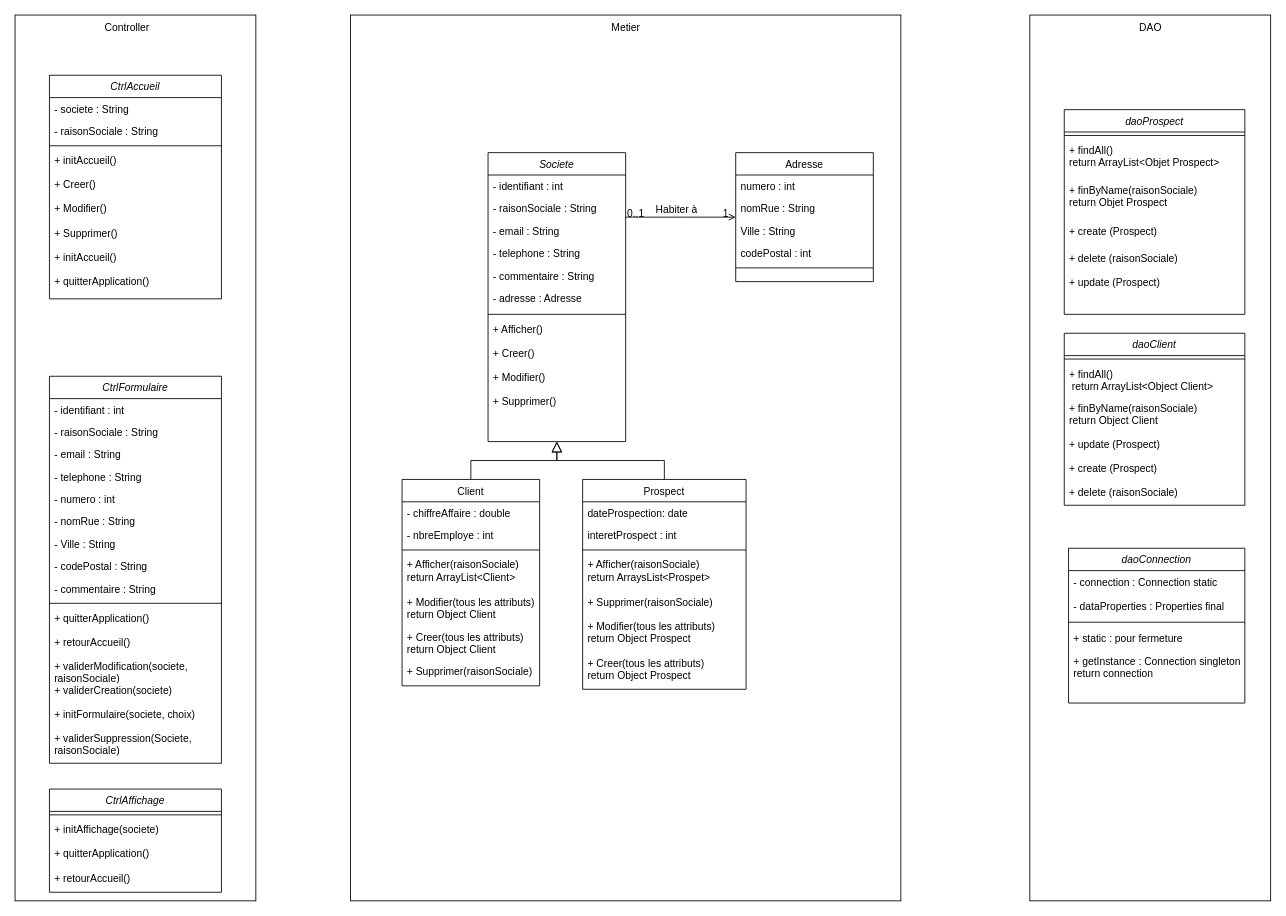
MichelLafontaine/ECF_POO keeps this draw.io diagram as Conception/Diagramme de classe.drawio. Above is the earlier version. Source tidied: cells renumbered, new cells numbered last; positions are measured from the earlier drawing's top-left corner, leaving out a move shared by most shapes. Both pictures are drawn from the tidied source at 86%, with x=0, y=0 at pixel (15, 15).
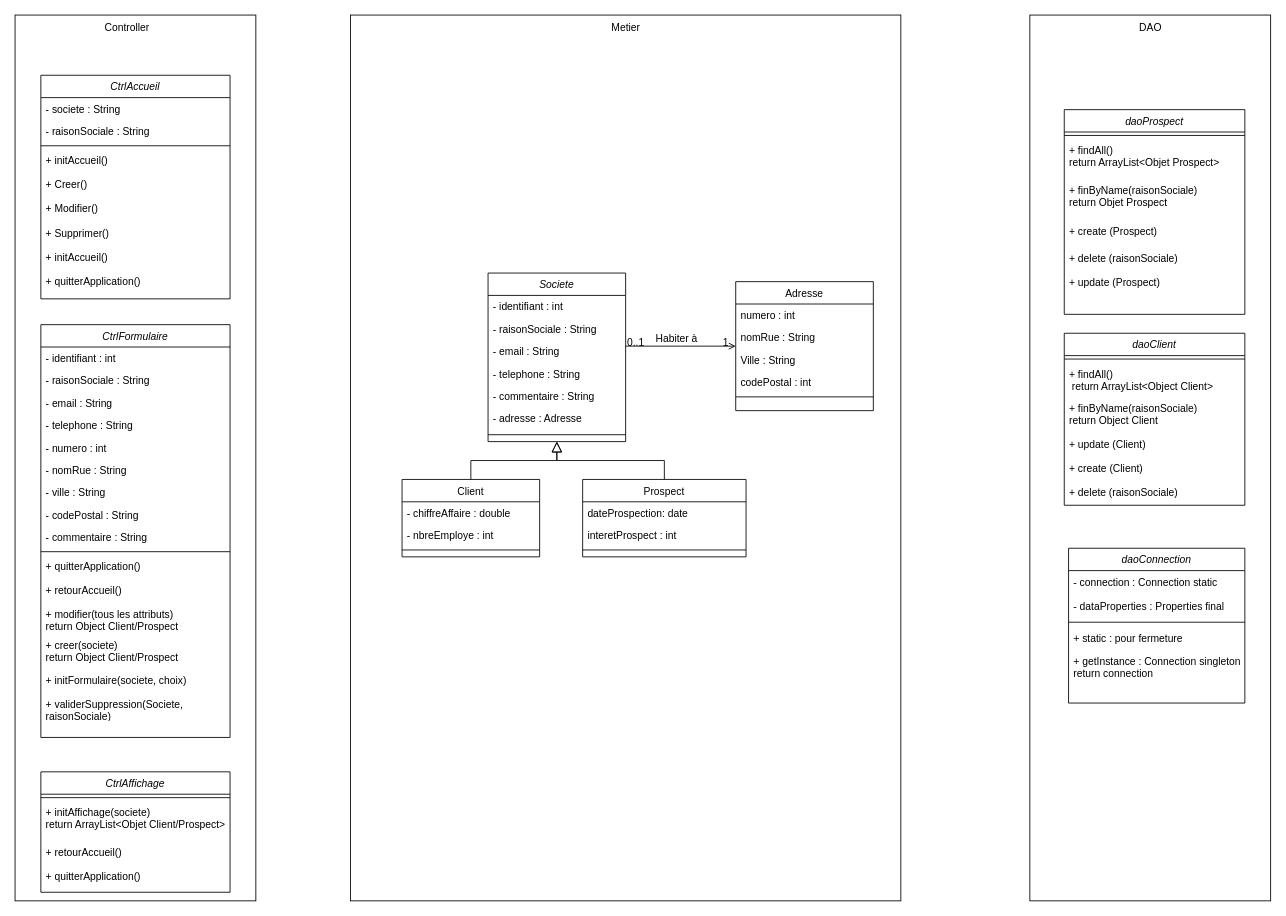
The same page after the edit.

Commit message:
modification diagramme de classe

Unchanged cells that the change refers to:
```xml
<mxCell id="84" value="daoClient" style="swimlane;fontStyle=2;align=center;verticalAlign=top;horizontal=1;startSize=26;rounded=0;shadow=0;strokeWidth=1;" parent="1" vertex="1">
  <mxGeometry x="1220" y="370" width="210" height="200" as="geometry" />
</mxCell>
```

What changed in the source:
```diff
@@
     <mxCell id="5" value="Societe" style="swimlane;fontStyle=2;align=center;verticalAlign=top;horizontal=1;startSize=26;rounded=0;shadow=0;strokeWidth=1;" parent="1" vertex="1">
-      <mxGeometry x="550" y="160" width="160" height="336" as="geometry" />
+      <mxGeometry x="550" y="300" width="160" height="196" as="geometry" />
     </mxCell>
@@
-    <mxCell id="13" value="+ Afficher()" style="text;align=left;verticalAlign=top;spacingLeft=4;spacingRight=4;overflow=hidden;" parent="5" vertex="1">
-      <mxGeometry y="192" width="160" height="28" as="geometry" />
-    </mxCell>
-    <mxCell id="14" value="+ Creer() " style="text;align=left;verticalAlign=top;spacingLeft=4;spacingRight=4;overflow=hidden;" parent="5" vertex="1">
-      <mxGeometry y="220" width="160" height="28" as="geometry" />
-    </mxCell>
-    <mxCell id="15" value="+ Modifier() " style="text;align=left;verticalAlign=top;spacingLeft=4;spacingRight=4;overflow=hidden;" parent="5" vertex="1">
-      <mxGeometry y="248" width="160" height="28" as="geometry" />
-    </mxCell>
-    <mxCell id="16" value="+ Supprimer()" style="text;align=left;verticalAlign=top;spacingLeft=4;spacingRight=4;overflow=hidden;" parent="5" vertex="1">
-      <mxGeometry y="276" width="160" height="28" as="geometry" />
-    </mxCell>
     <mxCell id="17" value="Client" style="swimlane;fontStyle=0;align=center;verticalAlign=top;horizontal=1;startSize=26;rounded=0;shadow=0;strokeWidth=1;" parent="1" vertex="1">
-      <mxGeometry x="450" y="540" width="160" height="240" as="geometry" />
+      <mxGeometry x="450" y="540" width="160" height="90" as="geometry" />
     </mxCell>
@@
-    <mxCell id="21" value="+ Afficher(raisonSociale)&#10;return ArrayList&lt;Client&gt;" style="text;align=left;verticalAlign=top;spacingLeft=4;spacingRight=4;overflow=hidden;" parent="17" vertex="1">
-      <mxGeometry y="86" width="160" height="44" as="geometry" />
-    </mxCell>
-    <mxCell id="22" value="+ Modifier(tous les attributs)&#10;return Object Client" style="text;align=left;verticalAlign=top;spacingLeft=4;spacingRight=4;overflow=hidden;" parent="17" vertex="1">
-      <mxGeometry y="130" width="160" height="40" as="geometry" />
-    </mxCell>
-    <mxCell id="23" value="+ Creer(tous les attributs)&#10;return Object Client" style="text;align=left;verticalAlign=top;spacingLeft=4;spacingRight=4;overflow=hidden;" parent="17" vertex="1">
-      <mxGeometry y="170" width="160" height="40" as="geometry" />
-    </mxCell>
-    <mxCell id="24" value="+ Supprimer(raisonSociale)" style="text;align=left;verticalAlign=top;spacingLeft=4;spacingRight=4;overflow=hidden;" parent="17" vertex="1">
-      <mxGeometry y="210" width="160" height="28" as="geometry" />
-    </mxCell>
@@
     <mxCell id="26" value="Prospect" style="swimlane;fontStyle=0;align=center;verticalAlign=top;horizontal=1;startSize=26;rounded=0;shadow=0;strokeWidth=1;" parent="1" vertex="1">
-      <mxGeometry x="660" y="540" width="190" height="244" as="geometry" />
+      <mxGeometry x="660" y="540" width="190" height="90" as="geometry" />
     </mxCell>
@@
-    <mxCell id="30" value="+ Afficher(raisonSociale)&#10;return ArraysList&lt;Prospet&gt;" style="text;align=left;verticalAlign=top;spacingLeft=4;spacingRight=4;overflow=hidden;" parent="26" vertex="1">
-      <mxGeometry y="86" width="190" height="44" as="geometry" />
-    </mxCell>
-    <mxCell id="31" value="+ Supprimer(raisonSociale)" style="text;align=left;verticalAlign=top;spacingLeft=4;spacingRight=4;overflow=hidden;" parent="26" vertex="1">
-      <mxGeometry y="130" width="190" height="28" as="geometry" />
-    </mxCell>
-    <mxCell id="32" value="+ Modifier(tous les attributs)&#10;return Object Prospect" style="text;align=left;verticalAlign=top;spacingLeft=4;spacingRight=4;overflow=hidden;" parent="26" vertex="1">
-      <mxGeometry y="158" width="190" height="42" as="geometry" />
-    </mxCell>
-    <mxCell id="33" value="+ Creer(tous les attributs) &#10;return Object Prospect" style="text;align=left;verticalAlign=top;spacingLeft=4;spacingRight=4;overflow=hidden;" parent="26" vertex="1">
-      <mxGeometry y="200" width="190" height="44" as="geometry" />
-    </mxCell>
@@
     <mxCell id="35" value="Adresse" style="swimlane;fontStyle=0;align=center;verticalAlign=top;horizontal=1;startSize=26;rounded=0;shadow=0;strokeWidth=1;" parent="1" vertex="1">
-      <mxGeometry x="838" y="160" width="160" height="150" as="geometry" />
+      <mxGeometry x="838" y="310" width="160" height="150" as="geometry" />
     </mxCell>
@@
     <mxCell id="45" value="CtrlAccueil" style="swimlane;fontStyle=2;align=center;verticalAlign=top;horizontal=1;startSize=26;rounded=0;shadow=0;strokeWidth=1;" parent="1" vertex="1">
-      <mxGeometry x="40" y="70" width="200" height="260" as="geometry" />
+      <mxGeometry x="30" y="70" width="220" height="260" as="geometry" />
     </mxCell>
     <mxCell id="46" value="- societe : String" style="text;align=left;verticalAlign=top;spacingLeft=4;spacingRight=4;overflow=hidden;" parent="45" vertex="1">
-      <mxGeometry y="26" width="200" height="26" as="geometry" />
+      <mxGeometry y="26" width="220" height="26" as="geometry" />
     </mxCell>
     <mxCell id="47" value="- raisonSociale : String" style="text;align=left;verticalAlign=top;spacingLeft=4;spacingRight=4;overflow=hidden;rounded=0;shadow=0;html=0;" parent="45" vertex="1">
-      <mxGeometry y="52" width="200" height="26" as="geometry" />
+      <mxGeometry y="52" width="220" height="26" as="geometry" />
     </mxCell>
     <mxCell id="48" style="line;html=1;strokeWidth=1;align=left;verticalAlign=middle;spacingTop=-1;spacingLeft=3;spacingRight=3;labelPosition=right;" parent="45" vertex="1">
-      <mxGeometry y="78" width="200" height="8" as="geometry" />
+      <mxGeometry y="78" width="220" height="8" as="geometry" />
     </mxCell>
     <mxCell id="49" value="+ initAccueil()" style="text;align=left;verticalAlign=top;spacingLeft=4;spacingRight=4;overflow=hidden;" parent="45" vertex="1">
-      <mxGeometry y="86" width="200" height="28" as="geometry" />
+      <mxGeometry y="86" width="220" height="28" as="geometry" />
     </mxCell>
     <mxCell id="50" value="+ Creer()" style="text;align=left;verticalAlign=top;spacingLeft=4;spacingRight=4;overflow=hidden;" parent="45" vertex="1">
-      <mxGeometry y="114" width="200" height="28" as="geometry" />
+      <mxGeometry y="114" width="220" height="28" as="geometry" />
     </mxCell>
     <mxCell id="51" value="+ Modifier()" style="text;align=left;verticalAlign=top;spacingLeft=4;spacingRight=4;overflow=hidden;" parent="45" vertex="1">
-      <mxGeometry y="142" width="200" height="28" as="geometry" />
+      <mxGeometry y="142" width="220" height="28" as="geometry" />
     </mxCell>
     <mxCell id="52" value="+ Supprimer()" style="text;align=left;verticalAlign=top;spacingLeft=4;spacingRight=4;overflow=hidden;" parent="45" vertex="1">
-      <mxGeometry y="170" width="200" height="28" as="geometry" />
+      <mxGeometry y="170" width="220" height="28" as="geometry" />
     </mxCell>
     <mxCell id="53" value="+ initAccueil()" style="text;align=left;verticalAlign=top;spacingLeft=4;spacingRight=4;overflow=hidden;" parent="45" vertex="1">
-      <mxGeometry y="198" width="200" height="28" as="geometry" />
+      <mxGeometry y="198" width="220" height="28" as="geometry" />
     </mxCell>
     <mxCell id="54" value="+ quitterApplication()" style="text;align=left;verticalAlign=top;spacingLeft=4;spacingRight=4;overflow=hidden;" parent="45" vertex="1">
-      <mxGeometry y="226" width="200" height="28" as="geometry" />
+      <mxGeometry y="226" width="220" height="28" as="geometry" />
     </mxCell>
     <mxCell id="55" value="CtrlFormulaire" style="swimlane;fontStyle=2;align=center;verticalAlign=top;horizontal=1;startSize=26;rounded=0;shadow=0;strokeWidth=1;" parent="1" vertex="1">
-      <mxGeometry x="40" y="420" width="200" height="450" as="geometry" />
+      <mxGeometry x="30" y="360" width="220" height="480" as="geometry" />
     </mxCell>
     <mxCell id="56" value="- identifiant : int" style="text;align=left;verticalAlign=top;spacingLeft=4;spacingRight=4;overflow=hidden;" parent="55" vertex="1">
-      <mxGeometry y="26" width="200" height="26" as="geometry" />
+      <mxGeometry y="26" width="220" height="26" as="geometry" />
     </mxCell>
     <mxCell id="57" value="- raisonSociale : String" style="text;align=left;verticalAlign=top;spacingLeft=4;spacingRight=4;overflow=hidden;rounded=0;shadow=0;html=0;" parent="55" vertex="1">
-      <mxGeometry y="52" width="200" height="26" as="geometry" />
+      <mxGeometry y="52" width="220" height="26" as="geometry" />
     </mxCell>
     <mxCell id="58" value="- email : String" style="text;align=left;verticalAlign=top;spacingLeft=4;spacingRight=4;overflow=hidden;rounded=0;shadow=0;html=0;" parent="55" vertex="1">
-      <mxGeometry y="78" width="200" height="26" as="geometry" />
+      <mxGeometry y="78" width="220" height="26" as="geometry" />
     </mxCell>
     <mxCell id="59" value="- telephone : String" style="text;align=left;verticalAlign=top;spacingLeft=4;spacingRight=4;overflow=hidden;rounded=0;shadow=0;html=0;" parent="55" vertex="1">
-      <mxGeometry y="104" width="200" height="26" as="geometry" />
+      <mxGeometry y="104" width="220" height="26" as="geometry" />
     </mxCell>
     <mxCell id="60" value="- numero : int" style="text;align=left;verticalAlign=top;spacingLeft=4;spacingRight=4;overflow=hidden;" parent="55" vertex="1">
-      <mxGeometry y="130" width="200" height="26" as="geometry" />
+      <mxGeometry y="130" width="220" height="26" as="geometry" />
     </mxCell>
     <mxCell id="61" value="- nomRue : String" style="text;align=left;verticalAlign=top;spacingLeft=4;spacingRight=4;overflow=hidden;rounded=0;shadow=0;html=0;" parent="55" vertex="1">
-      <mxGeometry y="156" width="200" height="26" as="geometry" />
+      <mxGeometry y="156" width="220" height="26" as="geometry" />
     </mxCell>
-    <mxCell id="62" value="- Ville : String" style="text;align=left;verticalAlign=top;spacingLeft=4;spacingRight=4;overflow=hidden;rounded=0;shadow=0;html=0;" parent="55" vertex="1">
-      <mxGeometry y="182" width="200" height="26" as="geometry" />
+    <mxCell id="62" value="- ville : String" style="text;align=left;verticalAlign=top;spacingLeft=4;spacingRight=4;overflow=hidden;rounded=0;shadow=0;html=0;" parent="55" vertex="1">
+      <mxGeometry y="182" width="220" height="26" as="geometry" />
     </mxCell>
     <mxCell id="63" value="- codePostal : String" style="text;align=left;verticalAlign=top;spacingLeft=4;spacingRight=4;overflow=hidden;rounded=0;shadow=0;html=0;" parent="55" vertex="1">
-      <mxGeometry y="208" width="200" height="26" as="geometry" />
+      <mxGeometry y="208" width="220" height="26" as="geometry" />
     </mxCell>
     <mxCell id="64" value="- commentaire : String" style="text;align=left;verticalAlign=top;spacingLeft=4;spacingRight=4;overflow=hidden;rounded=0;shadow=0;html=0;" parent="55" vertex="1">
-      <mxGeometry y="234" width="200" height="26" as="geometry" />
+      <mxGeometry y="234" width="220" height="26" as="geometry" />
     </mxCell>
     <mxCell id="65" style="line;html=1;strokeWidth=1;align=left;verticalAlign=middle;spacingTop=-1;spacingLeft=3;spacingRight=3;labelPosition=right;" parent="55" vertex="1">
-      <mxGeometry y="260" width="200" height="8" as="geometry" />
+      <mxGeometry y="260" width="220" height="8" as="geometry" />
     </mxCell>
     <mxCell id="66" value="+ quitterApplication()" style="text;align=left;verticalAlign=top;spacingLeft=4;spacingRight=4;overflow=hidden;" parent="55" vertex="1">
-      <mxGeometry y="268" width="200" height="28" as="geometry" />
+      <mxGeometry y="268" width="220" height="28" as="geometry" />
     </mxCell>
     <mxCell id="67" value="+ retourAccueil()" style="text;align=left;verticalAlign=top;spacingLeft=4;spacingRight=4;overflow=hidden;" parent="55" vertex="1">
-      <mxGeometry y="296" width="200" height="28" as="geometry" />
+      <mxGeometry y="296" width="220" height="28" as="geometry" />
     </mxCell>
-    <mxCell id="68" value="+ validerModification(societe, &#10;raisonSociale)" style="text;align=left;verticalAlign=top;spacingLeft=4;spacingRight=4;overflow=hidden;" parent="55" vertex="1">
-      <mxGeometry y="324" width="200" height="28" as="geometry" />
+    <mxCell id="68" value="+ modifier(tous les attributs)&#10;return Object Client/Prospect" style="text;align=left;verticalAlign=top;spacingLeft=4;spacingRight=4;overflow=hidden;" parent="55" vertex="1">
+      <mxGeometry y="324" width="220" height="36" as="geometry" />
     </mxCell>
-    <mxCell id="69" value="+ validerCreation(societe)" style="text;align=left;verticalAlign=top;spacingLeft=4;spacingRight=4;overflow=hidden;" parent="55" vertex="1">
-      <mxGeometry y="352" width="200" height="28" as="geometry" />
+    <mxCell id="69" value="+ creer(societe)&#10;return Object Client/Prospect" style="text;align=left;verticalAlign=top;spacingLeft=4;spacingRight=4;overflow=hidden;" parent="55" vertex="1">
+      <mxGeometry y="360" width="220" height="40" as="geometry" />
     </mxCell>
     <mxCell id="70" value="+ initFormulaire(societe, choix)" style="text;align=left;verticalAlign=top;spacingLeft=4;spacingRight=4;overflow=hidden;" parent="55" vertex="1">
-      <mxGeometry y="380" width="200" height="28" as="geometry" />
+      <mxGeometry y="400" width="220" height="28" as="geometry" />
     </mxCell>
     <mxCell id="71" value="+ validerSuppression(Societe,&#10;raisonSociale)" style="text;align=left;verticalAlign=top;spacingLeft=4;spacingRight=4;overflow=hidden;" parent="55" vertex="1">
-      <mxGeometry y="408" width="200" height="28" as="geometry" />
+      <mxGeometry y="428" width="220" height="28" as="geometry" />
     </mxCell>
     <mxCell id="72" value="CtrlAffichage" style="swimlane;fontStyle=2;align=center;verticalAlign=top;horizontal=1;startSize=26;rounded=0;shadow=0;strokeWidth=1;" parent="1" vertex="1">
-      <mxGeometry x="40" y="900" width="200" height="120" as="geometry" />
+      <mxGeometry x="30" y="880" width="220" height="140" as="geometry" />
     </mxCell>
     <mxCell id="73" style="line;html=1;strokeWidth=1;align=left;verticalAlign=middle;spacingTop=-1;spacingLeft=3;spacingRight=3;labelPosition=right;" parent="72" vertex="1">
-      <mxGeometry y="26" width="200" height="8" as="geometry" />
+      <mxGeometry y="26" width="220" height="8" as="geometry" />
     </mxCell>
-    <mxCell id="74" value="+ initAffichage(societe)" style="text;align=left;verticalAlign=top;spacingLeft=4;spacingRight=4;overflow=hidden;" parent="72" vertex="1">
-      <mxGeometry y="34" width="200" height="28" as="geometry" />
+    <mxCell id="74" value="+ initAffichage(societe) &#10;return ArrayList&lt;Objet Client/Prospect&gt;" style="text;align=left;verticalAlign=top;spacingLeft=4;spacingRight=4;overflow=hidden;" parent="72" vertex="1">
+      <mxGeometry y="34" width="220" height="46" as="geometry" />
     </mxCell>
+    <mxCell id="76" value="+ retourAccueil()" style="text;align=left;verticalAlign=top;spacingLeft=4;spacingRight=4;overflow=hidden;" parent="72" vertex="1">
+      <mxGeometry y="80" width="220" height="28" as="geometry" />
+    </mxCell>
     <mxCell id="75" value="+ quitterApplication()" style="text;align=left;verticalAlign=top;spacingLeft=4;spacingRight=4;overflow=hidden;" parent="72" vertex="1">
-      <mxGeometry y="62" width="200" height="28" as="geometry" />
+      <mxGeometry y="108" width="220" height="28" as="geometry" />
     </mxCell>
-    <mxCell id="76" value="+ retourAccueil()" style="text;align=left;verticalAlign=top;spacingLeft=4;spacingRight=4;overflow=hidden;" parent="72" vertex="1">
-      <mxGeometry y="90" width="200" height="28" as="geometry" />
-    </mxCell>
@@
-    <mxCell id="88" value="+ update (Prospect)" style="text;align=left;verticalAlign=top;spacingLeft=4;spacingRight=4;overflow=hidden;" parent="84" vertex="1">
+    <mxCell id="88" value="+ update (Client)" style="text;align=left;verticalAlign=top;spacingLeft=4;spacingRight=4;overflow=hidden;" parent="84" vertex="1">
       <mxGeometry y="116" width="210" height="28" as="geometry" />
     </mxCell>
-    <mxCell id="89" value="+ create (Prospect)" style="text;align=left;verticalAlign=top;spacingLeft=4;spacingRight=4;overflow=hidden;" parent="84" vertex="1">
+    <mxCell id="89" value="+ create (Client)" style="text;align=left;verticalAlign=top;spacingLeft=4;spacingRight=4;overflow=hidden;" parent="84" vertex="1">
       <mxGeometry y="144" width="210" height="28" as="geometry" />
     </mxCell>
```
